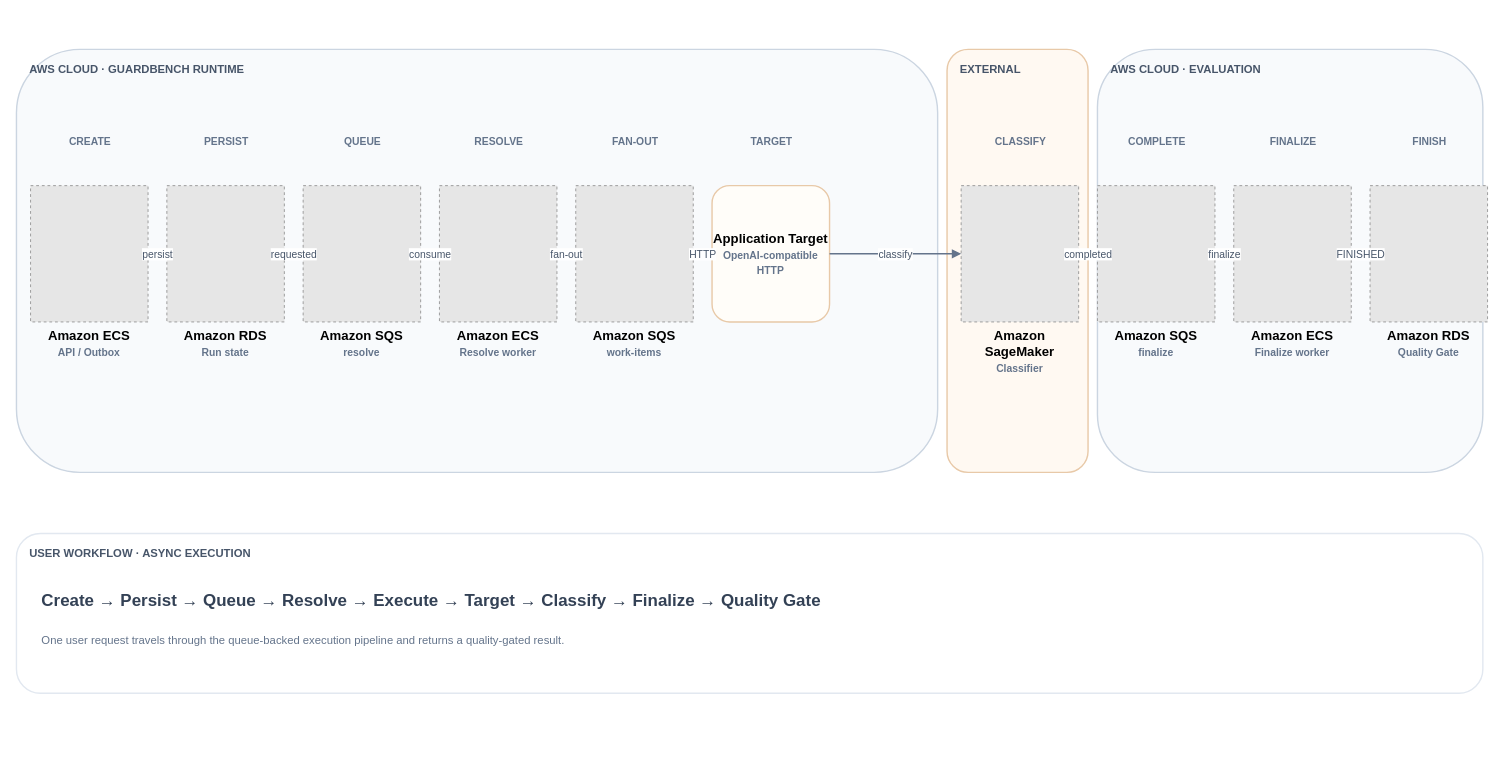
GuardBench/guardbench-backend keeps this draw.io diagram as docs/diagrams/presentation/guardbench-runtime-flow.drawio. Above is the earlier version. Source tidied: cells renumbered, new cells numbered last; positions are measured from the earlier drawing's top-left corner, leaving out a move shared by most shapes. Both pictures are drawn from the tidied source at 94%, with x=0, y=0 at pixel (16, 49). Pictures stored in the file or linked from it are replaced by grey dashed boxes.
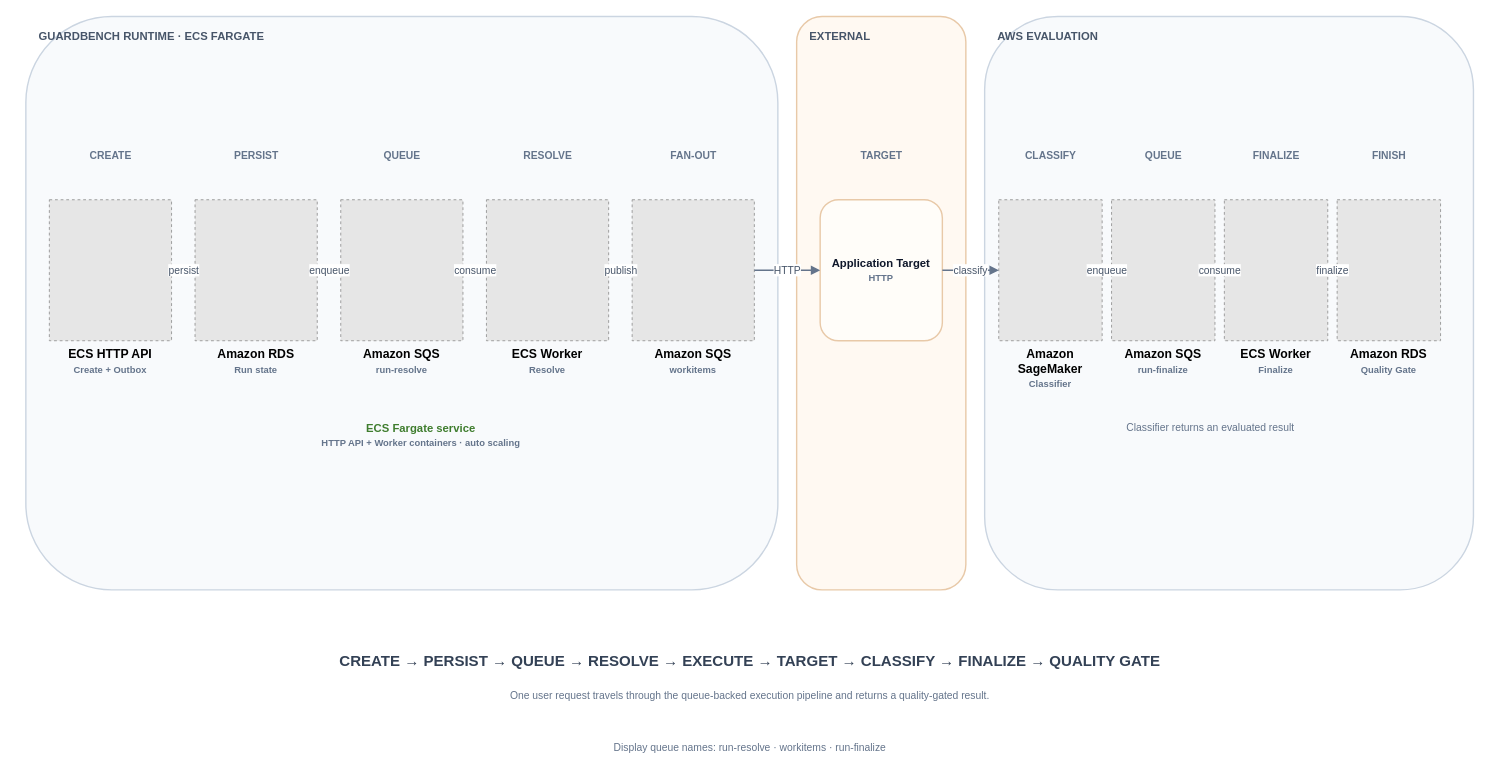
The same diagram, later.

Commit message (it also covers changes not shown here):
docs(architecture): restyle runtime flow presentation

Change to the diagram source:
```diff
@@
-    <mxCell id="2" value="AWS CLOUD · GUARDBENCH RUNTIME" style="rounded=1;whiteSpace=wrap;html=1;fillColor=#F8FAFC;strokeColor=#CBD5E1;strokeWidth=1.5;fontColor=#475569;fontSize=12;fontStyle=1;verticalAlign=top;align=left;spacingTop=8;spacingLeft=12;" parent="1" vertex="1">
-      <mxGeometry width="980" height="450" as="geometry" />
+    <mxCell id="2" value="GUARDBENCH RUNTIME · ECS FARGATE" style="rounded=1;whiteSpace=wrap;html=1;fillColor=#F8FAFC;strokeColor=#CBD5E1;strokeWidth=1.5;fontColor=#475569;fontSize=12;fontStyle=1;verticalAlign=top;align=left;spacingTop=8;spacingLeft=12;" parent="1" vertex="1">
+      <mxGeometry x="10" y="-35" width="800" height="610" as="geometry" />
     </mxCell>
     <mxCell id="3" value="EXTERNAL" style="rounded=1;whiteSpace=wrap;html=1;fillColor=#FFF9F2;strokeColor=#E8C9A8;strokeWidth=1.5;fontColor=#475569;fontSize=12;fontStyle=1;verticalAlign=top;align=left;spacingTop=8;spacingLeft=12;" parent="1" vertex="1">
-      <mxGeometry x="990" width="150" height="450" as="geometry" />
+      <mxGeometry x="830" y="-35" width="180" height="610" as="geometry" />
     </mxCell>
-    <mxCell id="4" value="AWS CLOUD · EVALUATION" style="rounded=1;whiteSpace=wrap;html=1;fillColor=#F8FAFC;strokeColor=#CBD5E1;strokeWidth=1.5;fontColor=#475569;fontSize=12;fontStyle=1;verticalAlign=top;align=left;spacingTop=8;spacingLeft=12;" parent="1" vertex="1">
-      <mxGeometry x="1150" width="410" height="450" as="geometry" />
+    <mxCell id="4" value="AWS EVALUATION" style="rounded=1;whiteSpace=wrap;html=1;fillColor=#F8FAFC;strokeColor=#CBD5E1;strokeWidth=1.5;fontColor=#475569;fontSize=12;fontStyle=1;verticalAlign=top;align=left;spacingTop=8;spacingLeft=12;" parent="1" vertex="1">
+      <mxGeometry x="1030" y="-35" width="520" height="610" as="geometry" />
     </mxCell>
-    <mxCell id="5" value="Amazon ECS&lt;br&gt;&lt;font color=&quot;#64748B&quot; style=&quot;font-size:11px&quot;&gt;API / Outbox&lt;/font&gt;" style="fillColor=#E6E6E6;strokeColor=#999999;dashed=1;whiteSpace=wrap;html=1;verticalLabelPosition=bottom;verticalAlign=top;spacingBottom=10;fontSize=14;fontStyle=1;" parent="1" vertex="1">
-      <mxGeometry x="15" y="145" width="125" height="145" as="geometry" />
+    <mxCell id="5" value="ECS HTTP API&lt;br&gt;&lt;font color=&quot;#64748B&quot; style=&quot;font-size:10px&quot;&gt;Create + Outbox&lt;/font&gt;" style="fillColor=#E6E6E6;strokeColor=#999999;dashed=1;whiteSpace=wrap;html=1;verticalLabelPosition=bottom;verticalAlign=top;spacingBottom=10;fontSize=13;fontStyle=1;" parent="1" vertex="1">
+      <mxGeometry x="35" y="160" width="130" height="150" as="geometry" />
     </mxCell>
+    <mxCell id="15" value="CREATE" style="text;html=1;strokeColor=none;fillColor=none;fontColor=#64748B;fontSize=11;fontStyle=1;align=center;" parent="1" vertex="1">
+      <mxGeometry x="35" y="100" width="130" height="25" as="geometry" />
+    </mxCell>
-    <mxCell id="6" value="Amazon RDS&lt;br&gt;&lt;font color=&quot;#64748B&quot; style=&quot;font-size:11px&quot;&gt;Run state&lt;/font&gt;" style="fillColor=#E6E6E6;strokeColor=#999999;dashed=1;whiteSpace=wrap;html=1;verticalLabelPosition=bottom;verticalAlign=top;spacingBottom=10;fontSize=14;fontStyle=1;" parent="1" vertex="1">
-      <mxGeometry x="160" y="145" width="125" height="145" as="geometry" />
+    <mxCell id="6" value="Amazon RDS&lt;br&gt;&lt;font color=&quot;#64748B&quot; style=&quot;font-size:10px&quot;&gt;Run state&lt;/font&gt;" style="fillColor=#E6E6E6;strokeColor=#999999;dashed=1;whiteSpace=wrap;html=1;verticalLabelPosition=bottom;verticalAlign=top;spacingBottom=10;fontSize=13;fontStyle=1;" parent="1" vertex="1">
+      <mxGeometry x="190" y="160" width="130" height="150" as="geometry" />
     </mxCell>
+    <mxCell id="16" value="PERSIST" style="text;html=1;strokeColor=none;fillColor=none;fontColor=#64748B;fontSize=11;fontStyle=1;align=center;" parent="1" vertex="1">
+      <mxGeometry x="190" y="100" width="130" height="25" as="geometry" />
+    </mxCell>
-    <mxCell id="7" value="Amazon SQS&lt;br&gt;&lt;font color=&quot;#64748B&quot; style=&quot;font-size:11px&quot;&gt;resolve&lt;/font&gt;" style="fillColor=#E6E6E6;strokeColor=#999999;dashed=1;whiteSpace=wrap;html=1;verticalLabelPosition=bottom;verticalAlign=top;spacingBottom=10;fontSize=14;fontStyle=1;" parent="1" vertex="1">
-      <mxGeometry x="305" y="145" width="125" height="145" as="geometry" />
+    <mxCell id="7" value="Amazon SQS&lt;br&gt;&lt;font color=&quot;#64748B&quot; style=&quot;font-size:10px&quot;&gt;run-resolve&lt;/font&gt;" style="fillColor=#E6E6E6;strokeColor=#999999;dashed=1;whiteSpace=wrap;html=1;verticalLabelPosition=bottom;verticalAlign=top;spacingBottom=10;fontSize=13;fontStyle=1;" parent="1" vertex="1">
+      <mxGeometry x="345" y="160" width="130" height="150" as="geometry" />
     </mxCell>
+    <mxCell id="17" value="QUEUE" style="text;html=1;strokeColor=none;fillColor=none;fontColor=#64748B;fontSize=11;fontStyle=1;align=center;" parent="1" vertex="1">
+      <mxGeometry x="345" y="100" width="130" height="25" as="geometry" />
+    </mxCell>
-    <mxCell id="8" value="Amazon ECS&lt;br&gt;&lt;font color=&quot;#64748B&quot; style=&quot;font-size:11px&quot;&gt;Resolve worker&lt;/font&gt;" style="fillColor=#E6E6E6;strokeColor=#999999;dashed=1;whiteSpace=wrap;html=1;verticalLabelPosition=bottom;verticalAlign=top;spacingBottom=10;fontSize=14;fontStyle=1;" parent="1" vertex="1">
-      <mxGeometry x="450" y="145" width="125" height="145" as="geometry" />
+    <mxCell id="8" value="ECS Worker&lt;br&gt;&lt;font color=&quot;#64748B&quot; style=&quot;font-size:10px&quot;&gt;Resolve&lt;/font&gt;" style="fillColor=#E6E6E6;strokeColor=#999999;dashed=1;whiteSpace=wrap;html=1;verticalLabelPosition=bottom;verticalAlign=top;spacingBottom=10;fontSize=13;fontStyle=1;" parent="1" vertex="1">
+      <mxGeometry x="500" y="160" width="130" height="150" as="geometry" />
     </mxCell>
+    <mxCell id="18" value="RESOLVE" style="text;html=1;strokeColor=none;fillColor=none;fontColor=#64748B;fontSize=11;fontStyle=1;align=center;" parent="1" vertex="1">
+      <mxGeometry x="500" y="100" width="130" height="25" as="geometry" />
+    </mxCell>
-    <mxCell id="9" value="Amazon SQS&lt;br&gt;&lt;font color=&quot;#64748B&quot; style=&quot;font-size:11px&quot;&gt;work-items&lt;/font&gt;" style="fillColor=#E6E6E6;strokeColor=#999999;dashed=1;whiteSpace=wrap;html=1;verticalLabelPosition=bottom;verticalAlign=top;spacingBottom=10;fontSize=14;fontStyle=1;" parent="1" vertex="1">
-      <mxGeometry x="595" y="145" width="125" height="145" as="geometry" />
+    <mxCell id="9" value="Amazon SQS&lt;br&gt;&lt;font color=&quot;#64748B&quot; style=&quot;font-size:10px&quot;&gt;workitems&lt;/font&gt;" style="fillColor=#E6E6E6;strokeColor=#999999;dashed=1;whiteSpace=wrap;html=1;verticalLabelPosition=bottom;verticalAlign=top;spacingBottom=10;fontSize=13;fontStyle=1;" parent="1" vertex="1">
+      <mxGeometry x="655" y="160" width="130" height="150" as="geometry" />
     </mxCell>
+    <mxCell id="19" value="FAN-OUT" style="text;html=1;strokeColor=none;fillColor=none;fontColor=#64748B;fontSize=11;fontStyle=1;align=center;" parent="1" vertex="1">
+      <mxGeometry x="655" y="100" width="130" height="25" as="geometry" />
+    </mxCell>
-    <mxCell id="10" value="Application Target&lt;br&gt;&lt;font color=&quot;#64748B&quot; style=&quot;font-size:11px&quot;&gt;OpenAI-compatible HTTP&lt;/font&gt;" style="rounded=1;whiteSpace=wrap;html=1;fillColor=#FFFDF9;strokeColor=#E8C9A8;strokeWidth=1.5;fontSize=14;fontStyle=1;verticalAlign=middle;" parent="1" vertex="1">
-      <mxGeometry x="740" y="145" width="125" height="145" as="geometry" />
+    <mxCell id="10" value="Application Target&lt;br&gt;&lt;font color=&quot;#64748B&quot; style=&quot;font-size:10px&quot;&gt;HTTP&lt;/font&gt;" style="rounded=1;whiteSpace=wrap;html=1;fillColor=#FFFDF9;strokeColor=#E8C9A8;strokeWidth=1.5;fontColor=#0F172A;fontSize=12;fontStyle=1;verticalAlign=middle;align=center;" parent="1" vertex="1">
+      <mxGeometry x="855" y="160" width="130" height="150" as="geometry" />
     </mxCell>
+    <mxCell id="20" value="TARGET" style="text;html=1;strokeColor=none;fillColor=none;fontColor=#64748B;fontSize=11;fontStyle=1;align=center;" parent="1" vertex="1">
+      <mxGeometry x="855" y="100" width="130" height="25" as="geometry" />
+    </mxCell>
-    <mxCell id="11" value="Amazon SageMaker&lt;br&gt;&lt;font color=&quot;#64748B&quot; style=&quot;font-size:11px&quot;&gt;Classifier&lt;/font&gt;" style="fillColor=#E6E6E6;strokeColor=#999999;dashed=1;whiteSpace=wrap;html=1;verticalLabelPosition=bottom;verticalAlign=top;spacingBottom=10;fontSize=14;fontStyle=1;" parent="1" vertex="1">
-      <mxGeometry x="1005" y="145" width="125" height="145" as="geometry" />
+    <mxCell id="11" value="Amazon SageMaker&lt;br&gt;&lt;font color=&quot;#64748B&quot; style=&quot;font-size:10px&quot;&gt;Classifier&lt;/font&gt;" style="fillColor=#E6E6E6;strokeColor=#999999;dashed=1;whiteSpace=wrap;html=1;verticalLabelPosition=bottom;verticalAlign=top;spacingBottom=10;fontSize=13;fontStyle=1;" parent="1" vertex="1">
+      <mxGeometry x="1045" y="160" width="110" height="150" as="geometry" />
     </mxCell>
+    <mxCell id="21" value="CLASSIFY" style="text;html=1;strokeColor=none;fillColor=none;fontColor=#64748B;fontSize=11;fontStyle=1;align=center;" parent="1" vertex="1">
+      <mxGeometry x="1045" y="100" width="110" height="25" as="geometry" />
+    </mxCell>
-    <mxCell id="12" value="Amazon SQS&lt;br&gt;&lt;font color=&quot;#64748B&quot; style=&quot;font-size:11px&quot;&gt;finalize&lt;/font&gt;" style="fillColor=#E6E6E6;strokeColor=#999999;dashed=1;whiteSpace=wrap;html=1;verticalLabelPosition=bottom;verticalAlign=top;spacingBottom=10;fontSize=14;fontStyle=1;" parent="1" vertex="1">
-      <mxGeometry x="1150" y="145" width="125" height="145" as="geometry" />
+    <mxCell id="12" value="Amazon SQS&lt;br&gt;&lt;font color=&quot;#64748B&quot; style=&quot;font-size:10px&quot;&gt;run-finalize&lt;/font&gt;" style="fillColor=#E6E6E6;strokeColor=#999999;dashed=1;whiteSpace=wrap;html=1;verticalLabelPosition=bottom;verticalAlign=top;spacingBottom=10;fontSize=13;fontStyle=1;" parent="1" vertex="1">
+      <mxGeometry x="1165" y="160" width="110" height="150" as="geometry" />
     </mxCell>
+    <mxCell id="22" value="QUEUE" style="text;html=1;strokeColor=none;fillColor=none;fontColor=#64748B;fontSize=11;fontStyle=1;align=center;" parent="1" vertex="1">
+      <mxGeometry x="1165" y="100" width="110" height="25" as="geometry" />
+    </mxCell>
-    <mxCell id="13" value="Amazon ECS&lt;br&gt;&lt;font color=&quot;#64748B&quot; style=&quot;font-size:11px&quot;&gt;Finalize worker&lt;/font&gt;" style="fillColor=#E6E6E6;strokeColor=#999999;dashed=1;whiteSpace=wrap;html=1;verticalLabelPosition=bottom;verticalAlign=top;spacingBottom=10;fontSize=14;fontStyle=1;" parent="1" vertex="1">
-      <mxGeometry x="1295" y="145" width="125" height="145" as="geometry" />
+    <mxCell id="13" value="ECS Worker&lt;br&gt;&lt;font color=&quot;#64748B&quot; style=&quot;font-size:10px&quot;&gt;Finalize&lt;/font&gt;" style="fillColor=#E6E6E6;strokeColor=#999999;dashed=1;whiteSpace=wrap;html=1;verticalLabelPosition=bottom;verticalAlign=top;spacingBottom=10;fontSize=13;fontStyle=1;" parent="1" vertex="1">
+      <mxGeometry x="1285" y="160" width="110" height="150" as="geometry" />
     </mxCell>
+    <mxCell id="23" value="FINALIZE" style="text;html=1;strokeColor=none;fillColor=none;fontColor=#64748B;fontSize=11;fontStyle=1;align=center;" parent="1" vertex="1">
+      <mxGeometry x="1285" y="100" width="110" height="25" as="geometry" />
+    </mxCell>
-    <mxCell id="14" value="Amazon RDS&lt;br&gt;&lt;font color=&quot;#64748B&quot; style=&quot;font-size:11px&quot;&gt;Quality Gate&lt;/font&gt;" style="fillColor=#E6E6E6;strokeColor=#999999;dashed=1;whiteSpace=wrap;html=1;verticalLabelPosition=bottom;verticalAlign=top;spacingBottom=10;fontSize=14;fontStyle=1;" parent="1" vertex="1">
-      <mxGeometry x="1440" y="145" width="125" height="145" as="geometry" />
+    <mxCell id="14" value="Amazon RDS&lt;br&gt;&lt;font color=&quot;#64748B&quot; style=&quot;font-size:10px&quot;&gt;Quality Gate&lt;/font&gt;" style="fillColor=#E6E6E6;strokeColor=#999999;dashed=1;whiteSpace=wrap;html=1;verticalLabelPosition=bottom;verticalAlign=top;spacingBottom=10;fontSize=13;fontStyle=1;" parent="1" vertex="1">
+      <mxGeometry x="1405" y="160" width="110" height="150" as="geometry" />
     </mxCell>
-    <mxCell id="15" value="CREATE" style="text;html=1;strokeColor=none;fillColor=none;fontColor=#64748B;fontSize=11;fontStyle=1;align=center;" parent="1" vertex="1">
-      <mxGeometry x="15" y="85" width="125" height="25" as="geometry" />
-    </mxCell>
-    <mxCell id="16" value="PERSIST" style="text;html=1;strokeColor=none;fillColor=none;fontColor=#64748B;fontSize=11;fontStyle=1;align=center;" parent="1" vertex="1">
-      <mxGeometry x="160" y="85" width="125" height="25" as="geometry" />
-    </mxCell>
-    <mxCell id="17" value="QUEUE" style="text;html=1;strokeColor=none;fillColor=none;fontColor=#64748B;fontSize=11;fontStyle=1;align=center;" parent="1" vertex="1">
-      <mxGeometry x="305" y="85" width="125" height="25" as="geometry" />
-    </mxCell>
-    <mxCell id="18" value="RESOLVE" style="text;html=1;strokeColor=none;fillColor=none;fontColor=#64748B;fontSize=11;fontStyle=1;align=center;" parent="1" vertex="1">
-      <mxGeometry x="450" y="85" width="125" height="25" as="geometry" />
-    </mxCell>
-    <mxCell id="19" value="FAN-OUT" style="text;html=1;strokeColor=none;fillColor=none;fontColor=#64748B;fontSize=11;fontStyle=1;align=center;" parent="1" vertex="1">
-      <mxGeometry x="595" y="85" width="125" height="25" as="geometry" />
-    </mxCell>
-    <mxCell id="20" value="TARGET" style="text;html=1;strokeColor=none;fillColor=none;fontColor=#64748B;fontSize=11;fontStyle=1;align=center;" parent="1" vertex="1">
-      <mxGeometry x="740" y="85" width="125" height="25" as="geometry" />
-    </mxCell>
-    <mxCell id="21" value="CLASSIFY" style="text;html=1;strokeColor=none;fillColor=none;fontColor=#64748B;fontSize=11;fontStyle=1;align=center;" parent="1" vertex="1">
-      <mxGeometry x="1005" y="85" width="125" height="25" as="geometry" />
-    </mxCell>
-    <mxCell id="22" value="COMPLETE" style="text;html=1;strokeColor=none;fillColor=none;fontColor=#64748B;fontSize=11;fontStyle=1;align=center;" parent="1" vertex="1">
-      <mxGeometry x="1150" y="85" width="125" height="25" as="geometry" />
-    </mxCell>
-    <mxCell id="23" value="FINALIZE" style="text;html=1;strokeColor=none;fillColor=none;fontColor=#64748B;fontSize=11;fontStyle=1;align=center;" parent="1" vertex="1">
-      <mxGeometry x="1295" y="85" width="125" height="25" as="geometry" />
-    </mxCell>
     <mxCell id="24" value="FINISH" style="text;html=1;strokeColor=none;fillColor=none;fontColor=#64748B;fontSize=11;fontStyle=1;align=center;" parent="1" vertex="1">
-      <mxGeometry x="1440" y="85" width="125" height="25" as="geometry" />
+      <mxGeometry x="1405" y="100" width="110" height="25" as="geometry" />
     </mxCell>
-    <mxCell id="25" value="persist" style="edgeStyle=orthogonalEdgeStyle;rounded=0;jettySize=auto;html=1;strokeColor=#64748B;strokeWidth=1.5;endArrow=block;fontColor=#475569;fontSize=11;" parent="1" edge="1" source="5" target="6">
+    <mxCell id="25" value="persist" style="edgeStyle=orthogonalEdgeStyle;rounded=0;jettySize=auto;html=1;strokeColor=#64748B;strokeWidth=1.5;endArrow=block;fontColor=#475569;fontSize=11;labelBackgroundColor=#FFFFFF;exitX=1;exitY=0.5;entryX=0;entryY=0.5;" parent="1" edge="1" source="5" target="6">
       <mxGeometry relative="1" as="geometry" />
     </mxCell>
-    <mxCell id="26" value="requested" style="edgeStyle=orthogonalEdgeStyle;rounded=0;jettySize=auto;html=1;strokeColor=#64748B;strokeWidth=1.5;endArrow=block;fontColor=#475569;fontSize=11;" parent="1" edge="1" source="6" target="7">
+    <mxCell id="26" value="enqueue" style="edgeStyle=orthogonalEdgeStyle;rounded=0;jettySize=auto;html=1;strokeColor=#64748B;strokeWidth=1.5;endArrow=block;fontColor=#475569;fontSize=11;labelBackgroundColor=#FFFFFF;exitX=1;exitY=0.5;entryX=0;entryY=0.5;" parent="1" edge="1" source="6" target="7">
       <mxGeometry relative="1" as="geometry" />
     </mxCell>
-    <mxCell id="27" value="consume" style="edgeStyle=orthogonalEdgeStyle;rounded=0;jettySize=auto;html=1;strokeColor=#64748B;strokeWidth=1.5;endArrow=block;fontColor=#475569;fontSize=11;" parent="1" edge="1" source="7" target="8">
+    <mxCell id="27" value="consume" style="edgeStyle=orthogonalEdgeStyle;rounded=0;jettySize=auto;html=1;strokeColor=#64748B;strokeWidth=1.5;endArrow=block;fontColor=#475569;fontSize=11;labelBackgroundColor=#FFFFFF;exitX=1;exitY=0.5;entryX=0;entryY=0.5;" parent="1" edge="1" source="7" target="8">
       <mxGeometry relative="1" as="geometry" />
     </mxCell>
-    <mxCell id="28" value="fan-out" style="edgeStyle=orthogonalEdgeStyle;rounded=0;jettySize=auto;html=1;strokeColor=#64748B;strokeWidth=1.5;endArrow=block;fontColor=#475569;fontSize=11;" parent="1" edge="1" source="8" target="9">
+    <mxCell id="28" value="publish" style="edgeStyle=orthogonalEdgeStyle;rounded=0;jettySize=auto;html=1;strokeColor=#64748B;strokeWidth=1.5;endArrow=block;fontColor=#475569;fontSize=11;labelBackgroundColor=#FFFFFF;exitX=1;exitY=0.5;entryX=0;entryY=0.5;" parent="1" edge="1" source="8" target="9">
       <mxGeometry relative="1" as="geometry" />
     </mxCell>
-    <mxCell id="29" value="HTTP" style="edgeStyle=orthogonalEdgeStyle;rounded=0;jettySize=auto;html=1;strokeColor=#64748B;strokeWidth=1.5;endArrow=block;fontColor=#475569;fontSize=11;" parent="1" edge="1" source="9" target="10">
+    <mxCell id="29" value="HTTP" style="edgeStyle=orthogonalEdgeStyle;rounded=0;jettySize=auto;html=1;strokeColor=#64748B;strokeWidth=1.5;endArrow=block;fontColor=#475569;fontSize=11;labelBackgroundColor=#FFFFFF;exitX=1;exitY=0.5;entryX=0;entryY=0.5;" parent="1" edge="1" source="9" target="10">
       <mxGeometry relative="1" as="geometry" />
     </mxCell>
-    <mxCell id="30" value="classify" style="edgeStyle=orthogonalEdgeStyle;rounded=0;jettySize=auto;html=1;strokeColor=#64748B;strokeWidth=1.5;endArrow=block;fontColor=#475569;fontSize=11;" parent="1" edge="1" source="10" target="11">
+    <mxCell id="30" value="classify" style="edgeStyle=orthogonalEdgeStyle;rounded=0;jettySize=auto;html=1;strokeColor=#64748B;strokeWidth=1.5;endArrow=block;fontColor=#475569;fontSize=11;labelBackgroundColor=#FFFFFF;exitX=1;exitY=0.5;entryX=0;entryY=0.5;" parent="1" edge="1" source="10" target="11">
       <mxGeometry relative="1" as="geometry" />
     </mxCell>
-    <mxCell id="31" value="completed" style="edgeStyle=orthogonalEdgeStyle;rounded=0;jettySize=auto;html=1;strokeColor=#64748B;strokeWidth=1.5;endArrow=block;fontColor=#475569;fontSize=11;" parent="1" edge="1" source="11" target="12">
+    <mxCell id="31" value="enqueue" style="edgeStyle=orthogonalEdgeStyle;rounded=0;jettySize=auto;html=1;strokeColor=#64748B;strokeWidth=1.5;endArrow=block;fontColor=#475569;fontSize=11;labelBackgroundColor=#FFFFFF;exitX=1;exitY=0.5;entryX=0;entryY=0.5;" parent="1" edge="1" source="11" target="12">
       <mxGeometry relative="1" as="geometry" />
     </mxCell>
-    <mxCell id="32" value="finalize" style="edgeStyle=orthogonalEdgeStyle;rounded=0;jettySize=auto;html=1;strokeColor=#64748B;strokeWidth=1.5;endArrow=block;fontColor=#475569;fontSize=11;" parent="1" edge="1" source="12" target="13">
+    <mxCell id="32" value="consume" style="edgeStyle=orthogonalEdgeStyle;rounded=0;jettySize=auto;html=1;strokeColor=#64748B;strokeWidth=1.5;endArrow=block;fontColor=#475569;fontSize=11;labelBackgroundColor=#FFFFFF;exitX=1;exitY=0.5;entryX=0;entryY=0.5;" parent="1" edge="1" source="12" target="13">
       <mxGeometry relative="1" as="geometry" />
     </mxCell>
-    <mxCell id="33" value="FINISHED" style="edgeStyle=orthogonalEdgeStyle;rounded=0;jettySize=auto;html=1;strokeColor=#64748B;strokeWidth=1.5;endArrow=block;fontColor=#475569;fontSize=11;" parent="1" edge="1" source="13" target="14">
+    <mxCell id="33" value="finalize" style="edgeStyle=orthogonalEdgeStyle;rounded=0;jettySize=auto;html=1;strokeColor=#64748B;strokeWidth=1.5;endArrow=block;fontColor=#475569;fontSize=11;labelBackgroundColor=#FFFFFF;exitX=1;exitY=0.5;entryX=0;entryY=0.5;" parent="1" edge="1" source="13" target="14">
       <mxGeometry relative="1" as="geometry" />
     </mxCell>
-    <mxCell id="34" value="USER WORKFLOW · ASYNC EXECUTION" style="rounded=1;whiteSpace=wrap;html=1;fillColor=#FFFFFF;strokeColor=#E2E8F0;strokeWidth=1.5;fontColor=#475569;fontSize=12;fontStyle=1;verticalAlign=top;align=left;spacingTop=8;spacingLeft=12;" parent="1" vertex="1">
-      <mxGeometry y="515" width="1560" height="170" as="geometry" />
-    </mxCell>
-    <mxCell id="35" value="Create → Persist → Queue → Resolve → Execute → Target → Classify → Finalize → Quality Gate" style="text;html=1;strokeColor=none;fillColor=none;fontColor=#334155;fontSize=18;fontStyle=1;align=left;" parent="1" vertex="1">
-      <mxGeometry x="25" y="570" width="1500" height="40" as="geometry" />
-    </mxCell>
+    <mxCell id="37" value="ECS Fargate service&lt;br&gt;&lt;font color=&quot;#64748B&quot; style=&quot;font-size:10px&quot;&gt;HTTP API + Worker containers · auto scaling&lt;/font&gt;" style="text;html=1;strokeColor=none;fillColor=none;fontColor=#3F7D2E;fontSize=12;fontStyle=1;align=center;" parent="1" vertex="1">
+      <mxGeometry x="220" y="390" width="420" height="45" as="geometry" />
+    </mxCell>
+    <mxCell id="38" value="Classifier returns an evaluated result" style="text;html=1;strokeColor=none;fillColor=none;fontColor=#64748B;fontSize=11;align=center;" parent="1" vertex="1">
+      <mxGeometry x="1060" y="390" width="420" height="30" as="geometry" />
+    </mxCell>
+    <mxCell id="39" value="CREATE → PERSIST → QUEUE → RESOLVE → EXECUTE → TARGET → CLASSIFY → FINALIZE → QUALITY GATE" style="text;html=1;strokeColor=none;fillColor=none;fontColor=#334155;fontSize=16;fontStyle=1;align=center;" parent="1" vertex="1">
+      <mxGeometry x="25" y="635" width="1510" height="35" as="geometry" />
+    </mxCell>
-    <mxCell id="36" value="One user request travels through the queue-backed execution pipeline and returns a quality-gated result." style="text;html=1;strokeColor=none;fillColor=none;fontColor=#64748B;fontSize=12;align=left;" parent="1" vertex="1">
-      <mxGeometry x="25" y="615" width="1500" height="30" as="geometry" />
+    <mxCell id="36" value="One user request travels through the queue-backed execution pipeline and returns a quality-gated result." style="text;html=1;strokeColor=none;fillColor=none;fontColor=#64748B;fontSize=11;align=center;" parent="1" vertex="1">
+      <mxGeometry x="25" y="675" width="1510" height="30" as="geometry" />
     </mxCell>
+    <mxCell id="40" value="Display queue names: run-resolve · workitems · run-finalize" style="text;html=1;strokeColor=none;fillColor=none;fontColor=#64748B;fontSize=11;align=center;" parent="1" vertex="1">
+      <mxGeometry x="25" y="730" width="1510" height="25" as="geometry" />
+    </mxCell>
```
